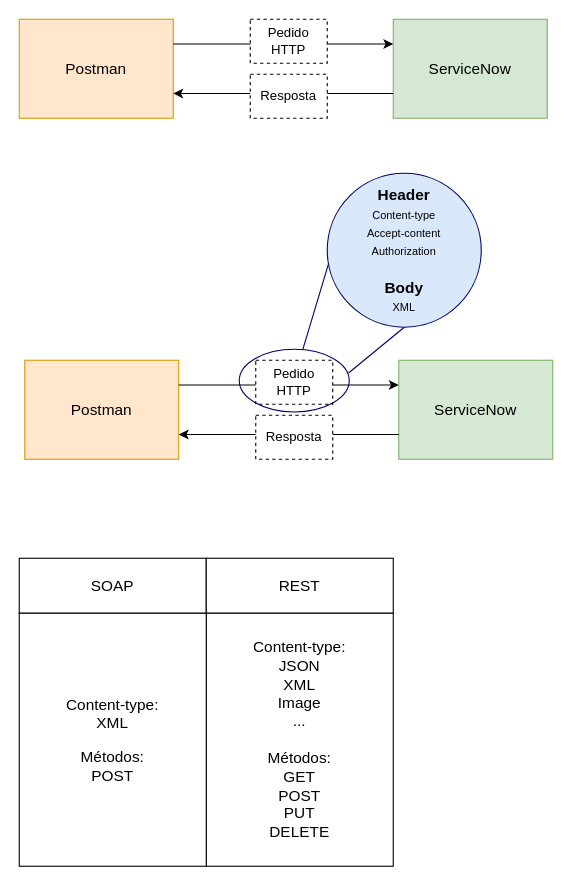
This is Aula de integração.drawio from MAnzolin/Diagrams, a draw.io file, before an edit. Source tidied: cells renumbered, new cells numbered last; positions are measured from the earlier drawing's top-left corner, leaving out a move shared by most shapes. Both pictures are drawn from the tidied source at 110%, with x=0, y=0 at pixel (19, 19).
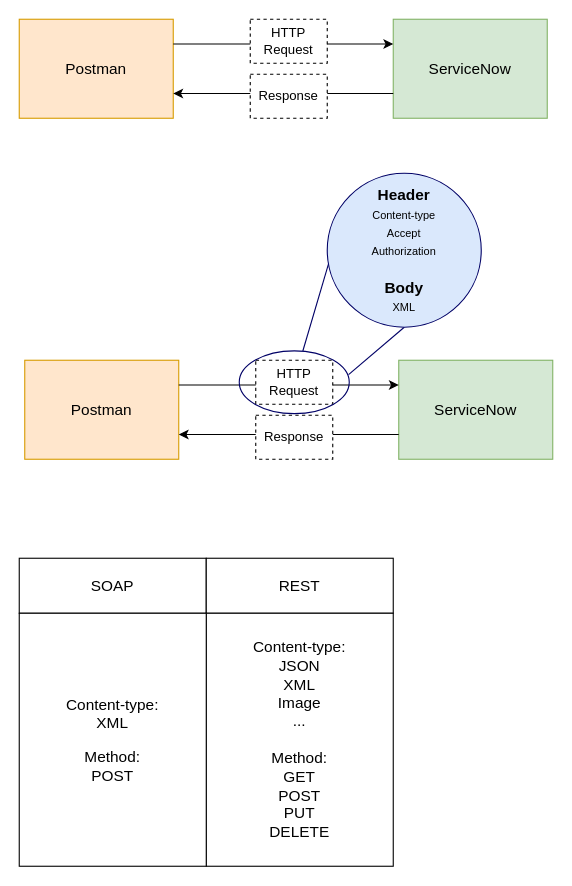
After the change.

Change to the diagram source:
```diff
@@
-    <mxCell id="5" value="Pedido HTTP" style="rounded=0;whiteSpace=wrap;html=1;dashed=1;" parent="1" vertex="1">
+    <mxCell id="5" value="HTTP&lt;br&gt;Request" style="rounded=0;whiteSpace=wrap;html=1;dashed=1;" parent="1" vertex="1">
       <mxGeometry x="210" width="70" height="40" as="geometry" />
     </mxCell>
@@
-    <mxCell id="7" value="Resposta" style="rounded=0;whiteSpace=wrap;html=1;dashed=1;" parent="1" vertex="1">
+    <mxCell id="7" value="Response" style="rounded=0;whiteSpace=wrap;html=1;dashed=1;" parent="1" vertex="1">
       <mxGeometry x="210" y="50" width="70" height="40" as="geometry" />
     </mxCell>
@@
-    <mxCell id="11" value="Pedido HTTP" style="rounded=0;whiteSpace=wrap;html=1;dashed=1;" parent="1" vertex="1">
+    <mxCell id="11" value="HTTP&lt;br&gt;Request" style="rounded=0;whiteSpace=wrap;html=1;dashed=1;" parent="1" vertex="1">
       <mxGeometry x="215" y="310" width="70" height="40" as="geometry" />
     </mxCell>
@@
-    <mxCell id="13" value="Resposta" style="rounded=0;whiteSpace=wrap;html=1;dashed=1;" parent="1" vertex="1">
+    <mxCell id="13" value="Response" style="rounded=0;whiteSpace=wrap;html=1;dashed=1;" parent="1" vertex="1">
       <mxGeometry x="215" y="360" width="70" height="40" as="geometry" />
     </mxCell>
@@
-    <mxCell id="16" value="&lt;b&gt;Header&lt;/b&gt;&lt;br&gt;&lt;font style=&quot;font-size: 10px;&quot;&gt;Content-type&lt;br&gt;Accept-content&lt;br&gt;Authorization&lt;br&gt;&lt;br&gt;&lt;b style=&quot;font-size: 14px;&quot;&gt;Body&lt;br&gt;&lt;/b&gt;XML&lt;br&gt;&lt;/font&gt;" style="ellipse;whiteSpace=wrap;html=1;fontSize=14;fillColor=#dae8fc;strokeColor=#000066;" parent="1" vertex="1">
+    <mxCell id="16" value="&lt;b&gt;Header&lt;/b&gt;&lt;br&gt;&lt;font style=&quot;font-size: 10px;&quot;&gt;Content-type&lt;br&gt;Accept&lt;br&gt;Authorization&lt;br&gt;&lt;br&gt;&lt;b style=&quot;font-size: 14px;&quot;&gt;Body&lt;br&gt;&lt;/b&gt;XML&lt;br&gt;&lt;/font&gt;" style="ellipse;whiteSpace=wrap;html=1;fontSize=14;fillColor=#dae8fc;strokeColor=#000066;" parent="1" vertex="1">
       <mxGeometry x="280" y="140" width="140" height="140" as="geometry" />
     </mxCell>
     <mxCell id="17" style="ellipse;whiteSpace=wrap;html=1;strokeColor=#000066;fontSize=10;fillColor=none;" parent="1" vertex="1">
-      <mxGeometry x="200" y="300" width="100" height="57" as="geometry" />
+      <mxGeometry x="200" y="301.5" width="100" height="57" as="geometry" />
     </mxCell>
@@
-    <mxCell id="20" value="&lt;span style=&quot;font-size: 14px;&quot;&gt;Content-type:&lt;br&gt;JSON&lt;br&gt;XML&lt;br&gt;Image&lt;br&gt;...&lt;br&gt;&lt;br&gt;Métodos:&lt;br&gt;GET&lt;br&gt;POST&lt;br&gt;PUT&lt;br&gt;DELETE&lt;br&gt;&lt;/span&gt;" style="rounded=0;whiteSpace=wrap;html=1;" parent="1" vertex="1">
+    <mxCell id="20" value="&lt;span style=&quot;font-size: 14px;&quot;&gt;Content-type:&lt;br&gt;JSON&lt;br&gt;XML&lt;br&gt;Image&lt;br&gt;...&lt;br&gt;&lt;br&gt;&lt;/span&gt;&lt;span style=&quot;font-size: 14px;&quot;&gt;Method:&lt;br&gt;&lt;/span&gt;&lt;span style=&quot;font-size: 14px;&quot;&gt;GET&lt;br&gt;POST&lt;br&gt;PUT&lt;br&gt;DELETE&lt;br&gt;&lt;/span&gt;" style="rounded=0;whiteSpace=wrap;html=1;" parent="1" vertex="1">
       <mxGeometry x="170" y="540" width="170" height="230" as="geometry" />
     </mxCell>
-    <mxCell id="21" value="&lt;span style=&quot;font-size: 14px;&quot;&gt;Content-type:&lt;/span&gt;&lt;br style=&quot;font-size: 14px;&quot;&gt;&lt;span style=&quot;font-size: 14px;&quot;&gt;XML&lt;/span&gt;&lt;br style=&quot;font-size: 14px;&quot;&gt;&lt;br style=&quot;font-size: 14px;&quot;&gt;&lt;span style=&quot;font-size: 14px;&quot;&gt;Métodos:&lt;/span&gt;&lt;br style=&quot;font-size: 14px;&quot;&gt;&lt;span style=&quot;font-size: 14px;&quot;&gt;POST&lt;/span&gt;" style="rounded=0;whiteSpace=wrap;html=1;" parent="1" vertex="1">
+    <mxCell id="21" value="&lt;span style=&quot;font-size: 14px;&quot;&gt;Content-type:&lt;/span&gt;&lt;br style=&quot;font-size: 14px;&quot;&gt;&lt;span style=&quot;font-size: 14px;&quot;&gt;XML&lt;/span&gt;&lt;br style=&quot;font-size: 14px;&quot;&gt;&lt;br style=&quot;font-size: 14px;&quot;&gt;&lt;span style=&quot;font-size: 14px;&quot;&gt;Method:&lt;/span&gt;&lt;br style=&quot;font-size: 14px;&quot;&gt;&lt;span style=&quot;font-size: 14px;&quot;&gt;POST&lt;/span&gt;" style="rounded=0;whiteSpace=wrap;html=1;" parent="1" vertex="1">
       <mxGeometry y="540" width="170" height="230" as="geometry" />
     </mxCell>
```
